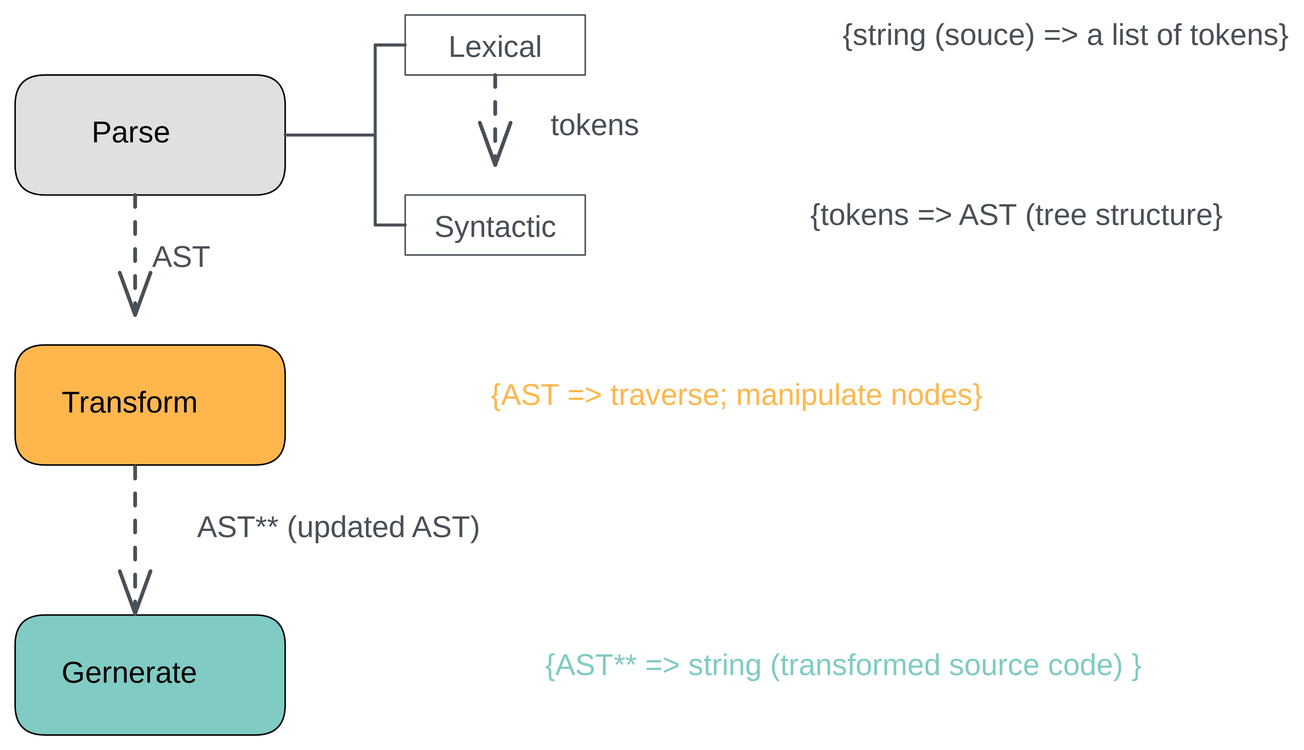
6thfdwp/learning-thoughts keeps this Excalidraw diagram as assets/babel/babel-transpile.svg. Above is the earlier version. Source tidied: one line per element, renumbered; positions are measured from the earlier drawing's top-left corner, leaving out a move shared by most shapes. Its diagram source:
```json
{"id": 0, "type": "rectangle", "strokeColor": "#000000", "backgroundColor": "#e0e0e0", "fillStyle": "solid", "strokeWidth": 1, "roughness": 0, "x": 0, "y": 40, "width": 180, "height": 80}
{"id": 1, "type": "text", "text": "Parse", "strokeColor": "#000000", "backgroundColor": "#e0e0e0", "fillStyle": "solid", "strokeWidth": 1, "roughness": 0, "fontSize": 20, "fontFamily": 3, "x": 51, "y": 65, "width": 60, "height": 24}
{"id": 2, "type": "rectangle", "strokeColor": "#000000", "backgroundColor": "#ffb74d", "fillStyle": "solid", "strokeWidth": 1, "roughness": 0, "x": 0, "y": 220, "width": 180, "height": 80}
{"id": 3, "type": "text", "text": "Transform", "strokeColor": "#000000", "backgroundColor": "#ffb74d", "fillStyle": "solid", "strokeWidth": 1, "roughness": 0, "fontSize": 20, "fontFamily": 3, "x": 31, "y": 245, "width": 107, "height": 24}
{"id": 4, "type": "rectangle", "strokeColor": "#000000", "backgroundColor": "#80cbc4", "fillStyle": "solid", "strokeWidth": 1, "roughness": 0, "x": 0, "y": 400, "width": 180, "height": 80}
{"id": 5, "type": "text", "text": "Gernerate\n", "strokeColor": "#000000", "backgroundColor": "#80cbc4", "fillStyle": "solid", "strokeWidth": 1, "roughness": 0, "fontSize": 20, "fontFamily": 3, "x": 31, "y": 425, "width": 106, "height": 48}
{"id": 6, "type": "line", "strokeColor": "#495057", "strokeWidth": 2, "roughness": 0, "x": 180, "y": 80, "width": 60, "height": 0, "points": [[0, 0], [60, 0]]}
{"id": 7, "type": "line", "strokeColor": "#495057", "backgroundColor": "#868e96", "fillStyle": "solid", "strokeWidth": 2, "roughness": 0, "x": 240, "y": 20, "width": 0, "height": 120, "points": [[0, 0], [0, 120]]}
{"id": 8, "type": "line", "strokeColor": "#495057", "strokeWidth": 2, "roughness": 0, "x": 240, "y": 20, "width": 20, "height": 0, "points": [[0, 0], [20, 0]]}
{"id": 9, "type": "line", "strokeColor": "#495057", "strokeWidth": 2, "roughness": 0, "x": 240, "y": 140, "width": 20, "height": 0, "points": [[0, 0], [20, 0]]}
{"id": 10, "type": "text", "text": "{string (souce) => a list of tokens}", "strokeColor": "#495057", "backgroundColor": "#868e96", "fillStyle": "solid", "strokeWidth": 2, "roughness": 0, "fontSize": 20, "fontFamily": 3, "textAlign": "right", "x": 426, "y": 0, "width": 423, "height": 24}
{"id": 11, "type": "rectangle", "strokeColor": "#495057", "strokeWidth": 1, "roughness": 0, "x": 260, "y": 0, "width": 120, "height": 40}
{"id": 12, "type": "text", "text": "Lexical", "strokeColor": "#495057", "strokeWidth": 1, "roughness": 0, "fontSize": 20, "fontFamily": 3, "textAlign": "center", "verticalAlign": "middle", "inside": 11, "x": 265, "y": 8, "width": 110, "height": 24}
{"id": 13, "type": "rectangle", "strokeColor": "#495057", "strokeWidth": 1, "roughness": 0, "x": 260, "y": 120, "width": 120, "height": 40}
{"id": 14, "type": "text", "text": "Syntactic", "strokeColor": "#495057", "strokeWidth": 1, "roughness": 0, "fontSize": 20, "fontFamily": 3, "textAlign": "center", "verticalAlign": "middle", "inside": 13, "x": 265, "y": 128, "width": 110, "height": 24}
{"id": 15, "type": "text", "text": "{tokens => AST (tree structure}", "strokeColor": "#495057", "backgroundColor": "#868e96", "fillStyle": "solid", "strokeWidth": 2, "roughness": 0, "fontSize": 20, "fontFamily": 3, "textAlign": "right", "x": 440, "y": 120, "width": 365, "height": 24}
{"id": 16, "type": "arrow", "strokeColor": "#495057", "strokeWidth": 2, "strokeStyle": "dashed", "roughness": 0, "endArrowhead": "arrow", "from": 11, "x": 320, "y": 40, "width": 0, "height": 60, "points": [[0, 0], [0, 60]]}
{"id": 17, "type": "arrow", "strokeColor": "#495057", "strokeWidth": 2, "strokeStyle": "dashed", "roughness": 0, "endArrowhead": "arrow", "from": 0, "x": 80, "y": 120, "width": 0, "height": 80, "points": [[0, 0], [0, 80]]}
{"id": 18, "type": "text", "text": "AST", "strokeColor": "#495057", "strokeWidth": 2, "strokeStyle": "dashed", "roughness": 0, "fontSize": 20, "fontFamily": 3, "textAlign": "right", "x": 94, "y": 148, "width": 36, "height": 24}
{"id": 19, "type": "text", "text": "{AST => traverse; manipulate nodes}", "strokeColor": "#ffb74d", "backgroundColor": "#868e96", "fillStyle": "solid", "strokeWidth": 2, "roughness": 0, "fontSize": 20, "fontFamily": 3, "textAlign": "right", "x": 234, "y": 240, "width": 411, "height": 24}
{"id": 20, "type": "text", "text": "tokens", "strokeColor": "#495057", "strokeWidth": 2, "strokeStyle": "dashed", "roughness": 0, "fontSize": 20, "fontFamily": 3, "textAlign": "right", "x": 344, "y": 60, "width": 72, "height": 24}
{"id": 21, "type": "arrow", "strokeColor": "#495057", "strokeWidth": 2, "strokeStyle": "dashed", "roughness": 0, "endArrowhead": "arrow", "from": 2, "to": 4, "x": 80, "y": 301, "width": 0, "height": 98, "points": [[0, 0], [0, 98]]}
{"id": 22, "type": "text", "text": "AST** (updated AST)", "strokeColor": "#495057", "strokeWidth": 2, "strokeStyle": "dashed", "roughness": 0, "fontSize": 20, "fontFamily": 3, "textAlign": "right", "x": 86, "y": 328, "width": 224, "height": 24}
{"id": 23, "type": "text", "text": "{AST** => string (transformed source code) }", "strokeColor": "#80cbc4", "backgroundColor": "#868e96", "fillStyle": "solid", "strokeWidth": 2, "roughness": 0, "fontSize": 20, "fontFamily": 3, "textAlign": "right", "x": 234, "y": 420, "width": 517, "height": 24}
```
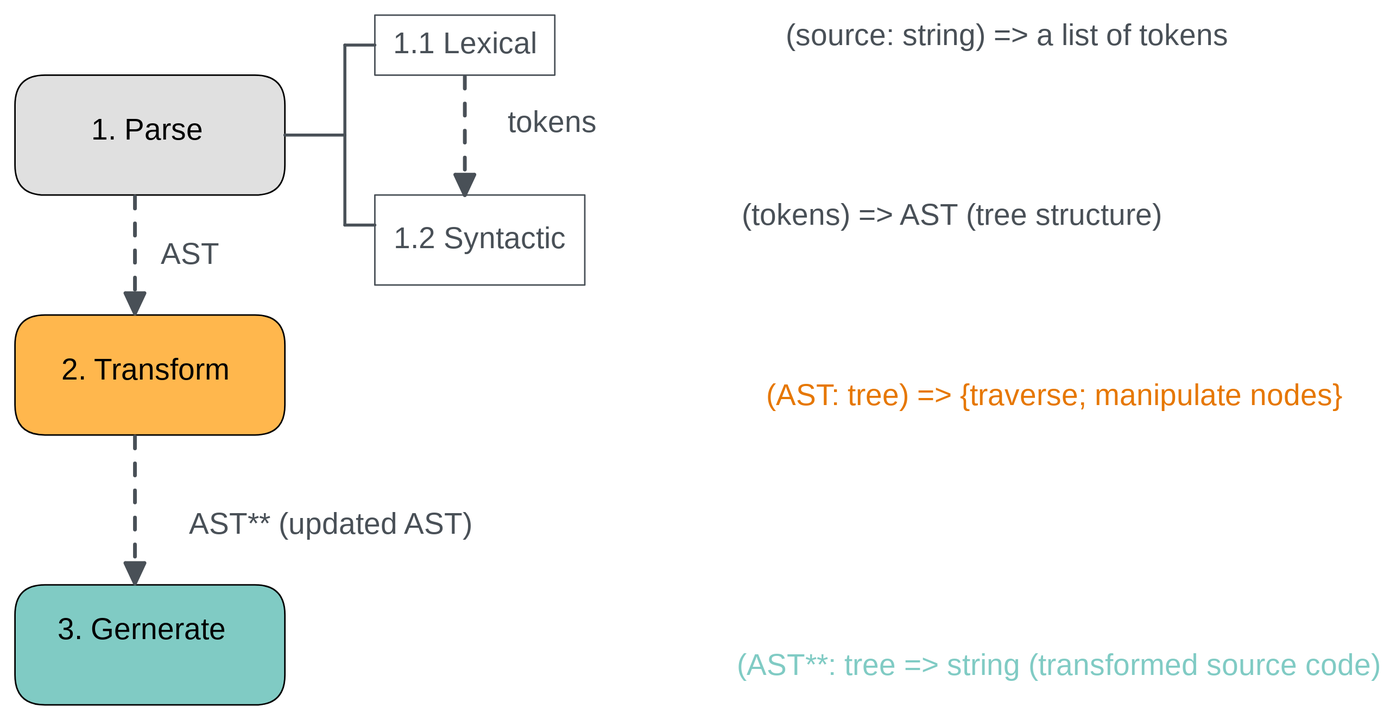
After the change.

What changed in the source:
```diff
@@ -1,24 +1,24 @@
 {"id": 0, "type": "rectangle", "strokeColor": "#000000", "backgroundColor": "#e0e0e0", "fillStyle": "solid", "strokeWidth": 1, "roughness": 0, "x": 0, "y": 40, "width": 180, "height": 80}
-{"id": 1, "type": "text", "text": "Parse", "strokeColor": "#000000", "backgroundColor": "#e0e0e0", "fillStyle": "solid", "strokeWidth": 1, "roughness": 0, "fontSize": 20, "fontFamily": 3, "x": 51, "y": 65, "width": 60, "height": 24}
+{"id": 1, "type": "text", "text": "1. Parse", "strokeColor": "#000000", "backgroundColor": "#e0e0e0", "fillStyle": "solid", "strokeWidth": 1, "roughness": 0, "fontSize": 20, "fontFamily": 1, "x": 51, "y": 65, "width": 79, "height": 25}
-{"id": 2, "type": "rectangle", "strokeColor": "#000000", "backgroundColor": "#ffb74d", "fillStyle": "solid", "strokeWidth": 1, "roughness": 0, "x": 0, "y": 220, "width": 180, "height": 80}
+{"id": 2, "type": "rectangle", "strokeColor": "#000000", "backgroundColor": "#ffb74d", "fillStyle": "solid", "strokeWidth": 1, "roughness": 0, "x": 0, "y": 200, "width": 180, "height": 80}
-{"id": 3, "type": "text", "text": "Transform", "strokeColor": "#000000", "backgroundColor": "#ffb74d", "fillStyle": "solid", "strokeWidth": 1, "roughness": 0, "fontSize": 20, "fontFamily": 3, "x": 31, "y": 245, "width": 107, "height": 24}
+{"id": 3, "type": "text", "text": "2. Transform", "strokeColor": "#000000", "backgroundColor": "#ffb74d", "fillStyle": "solid", "strokeWidth": 1, "roughness": 0, "fontSize": 20, "fontFamily": 1, "x": 31, "y": 225, "width": 131, "height": 25}
-{"id": 4, "type": "rectangle", "strokeColor": "#000000", "backgroundColor": "#80cbc4", "fillStyle": "solid", "strokeWidth": 1, "roughness": 0, "x": 0, "y": 400, "width": 180, "height": 80}
+{"id": 4, "type": "rectangle", "strokeColor": "#000000", "backgroundColor": "#80cbc4", "fillStyle": "solid", "strokeWidth": 1, "roughness": 0, "x": 0, "y": 380, "width": 180, "height": 80}
-{"id": 5, "type": "text", "text": "Gernerate\n", "strokeColor": "#000000", "backgroundColor": "#80cbc4", "fillStyle": "solid", "strokeWidth": 1, "roughness": 0, "fontSize": 20, "fontFamily": 3, "x": 31, "y": 425, "width": 106, "height": 48}
+{"id": 5, "type": "text", "text": "3. Gernerate\n", "strokeColor": "#000000", "backgroundColor": "#80cbc4", "fillStyle": "solid", "strokeWidth": 1, "roughness": 0, "fontSize": 20, "fontFamily": 1, "textAlign": "center", "x": 20, "y": 398, "width": 129, "height": 50}
-{"id": 6, "type": "line", "strokeColor": "#495057", "strokeWidth": 2, "roughness": 0, "x": 180, "y": 80, "width": 60, "height": 0, "points": [[0, 0], [60, 0]]}
+{"id": 6, "type": "line", "strokeColor": "#495057", "strokeWidth": 2, "roughness": 0, "x": 180, "y": 80, "width": 40, "height": 0, "points": [[0, 0], [40, 0]]}
-{"id": 7, "type": "line", "strokeColor": "#495057", "backgroundColor": "#868e96", "fillStyle": "solid", "strokeWidth": 2, "roughness": 0, "x": 240, "y": 20, "width": 0, "height": 120, "points": [[0, 0], [0, 120]]}
+{"id": 7, "type": "line", "strokeColor": "#495057", "backgroundColor": "#868e96", "fillStyle": "solid", "strokeWidth": 2, "roughness": 0, "x": 220, "y": 20, "width": 0, "height": 120, "points": [[0, 0], [0, 60], [0, 120]]}
+{"id": 10, "type": "text", "text": "(source: string) => a list of tokens", "strokeColor": "#495057", "backgroundColor": "#868e96", "fillStyle": "solid", "strokeWidth": 2, "roughness": 0, "fontSize": 20, "fontFamily": 3, "textAlign": "right", "x": 386, "y": 0, "width": 423, "height": 24}
+{"id": 15, "type": "text", "text": "(tokens) => AST (tree structure)", "strokeColor": "#495057", "backgroundColor": "#868e96", "fillStyle": "solid", "strokeWidth": 2, "roughness": 0, "fontSize": 20, "fontFamily": 3, "textAlign": "right", "x": 389, "y": 120, "width": 376, "height": 24}
+{"id": 17, "type": "arrow", "strokeColor": "#495057", "strokeWidth": 2, "strokeStyle": "dashed", "roughness": 0, "endArrowhead": "triangle", "from": 0, "to": 2, "x": 80, "y": 121, "width": 0, "height": 78, "points": [[0, 0], [0, 78]]}
+{"id": 18, "type": "text", "text": "AST", "strokeColor": "#495057", "strokeWidth": 2, "strokeStyle": "dashed", "roughness": 0, "fontSize": 20, "fontFamily": 1, "textAlign": "right", "x": 94, "y": 148, "width": 42, "height": 25}
+{"id": 19, "type": "text", "text": "(AST: tree) => {traverse; manipulate nodes}", "strokeColor": "#e67700", "backgroundColor": "#868e96", "fillStyle": "solid", "strokeWidth": 2, "roughness": 0, "fontSize": 20, "fontFamily": 3, "textAlign": "right", "x": 380, "y": 240, "width": 505, "height": 24}
-{"id": 8, "type": "line", "strokeColor": "#495057", "strokeWidth": 2, "roughness": 0, "x": 240, "y": 20, "width": 20, "height": 0, "points": [[0, 0], [20, 0]]}
+{"id": 8, "type": "line", "strokeColor": "#495057", "strokeWidth": 2, "roughness": 0, "x": 220, "y": 20, "width": 20, "height": 0, "points": [[0, 0], [20, 0]]}
-{"id": 9, "type": "line", "strokeColor": "#495057", "strokeWidth": 2, "roughness": 0, "x": 240, "y": 140, "width": 20, "height": 0, "points": [[0, 0], [20, 0]]}
+{"id": 9, "type": "line", "strokeColor": "#495057", "strokeWidth": 2, "roughness": 0, "x": 220, "y": 140, "width": 20, "height": 0, "points": [[0, 0], [20, 0]]}
-{"id": 10, "type": "text", "text": "{string (souce) => a list of tokens}", "strokeColor": "#495057", "backgroundColor": "#868e96", "fillStyle": "solid", "strokeWidth": 2, "roughness": 0, "fontSize": 20, "fontFamily": 3, "textAlign": "right", "x": 426, "y": 0, "width": 423, "height": 24}
-{"id": 11, "type": "rectangle", "strokeColor": "#495057", "strokeWidth": 1, "roughness": 0, "x": 260, "y": 0, "width": 120, "height": 40}
+{"id": 11, "type": "rectangle", "strokeColor": "#495057", "strokeWidth": 1, "roughness": 0, "x": 240, "y": 0, "width": 120, "height": 40}
-{"id": 12, "type": "text", "text": "Lexical", "strokeColor": "#495057", "strokeWidth": 1, "roughness": 0, "fontSize": 20, "fontFamily": 3, "textAlign": "center", "verticalAlign": "middle", "inside": 11, "x": 265, "y": 8, "width": 110, "height": 24}
+{"id": 12, "type": "text", "text": "1.1 Lexical", "strokeColor": "#495057", "strokeWidth": 1, "roughness": 0, "fontSize": 20, "fontFamily": 1, "textAlign": "center", "verticalAlign": "middle", "inside": 11, "x": 245, "y": 8, "width": 110, "height": 25}
-{"id": 13, "type": "rectangle", "strokeColor": "#495057", "strokeWidth": 1, "roughness": 0, "x": 260, "y": 120, "width": 120, "height": 40}
+{"id": 13, "type": "rectangle", "strokeColor": "#495057", "strokeWidth": 1, "roughness": 0, "x": 240, "y": 120, "width": 140, "height": 60}
-{"id": 14, "type": "text", "text": "Syntactic", "strokeColor": "#495057", "strokeWidth": 1, "roughness": 0, "fontSize": 20, "fontFamily": 3, "textAlign": "center", "verticalAlign": "middle", "inside": 13, "x": 265, "y": 128, "width": 110, "height": 24}
+{"id": 14, "type": "text", "text": "1.2 Syntactic", "strokeColor": "#495057", "strokeWidth": 1, "roughness": 0, "fontSize": 20, "fontFamily": 1, "textAlign": "center", "verticalAlign": "middle", "inside": 13, "x": 245, "y": 138, "width": 130, "height": 25}
-{"id": 15, "type": "text", "text": "{tokens => AST (tree structure}", "strokeColor": "#495057", "backgroundColor": "#868e96", "fillStyle": "solid", "strokeWidth": 2, "roughness": 0, "fontSize": 20, "fontFamily": 3, "textAlign": "right", "x": 440, "y": 120, "width": 365, "height": 24}
-{"id": 16, "type": "arrow", "strokeColor": "#495057", "strokeWidth": 2, "strokeStyle": "dashed", "roughness": 0, "endArrowhead": "arrow", "from": 11, "x": 320, "y": 40, "width": 0, "height": 60, "points": [[0, 0], [0, 60]]}
+{"id": 16, "type": "arrow", "strokeColor": "#495057", "strokeWidth": 2, "strokeStyle": "dashed", "roughness": 0, "endArrowhead": "triangle", "from": 11, "to": 13, "x": 300, "y": 41, "width": 0, "height": 79, "points": [[0, 0], [0, 39], [0, 79]]}
-{"id": 17, "type": "arrow", "strokeColor": "#495057", "strokeWidth": 2, "strokeStyle": "dashed", "roughness": 0, "endArrowhead": "arrow", "from": 0, "x": 80, "y": 120, "width": 0, "height": 80, "points": [[0, 0], [0, 80]]}
-{"id": 18, "type": "text", "text": "AST", "strokeColor": "#495057", "strokeWidth": 2, "strokeStyle": "dashed", "roughness": 0, "fontSize": 20, "fontFamily": 3, "textAlign": "right", "x": 94, "y": 148, "width": 36, "height": 24}
-{"id": 19, "type": "text", "text": "{AST => traverse; manipulate nodes}", "strokeColor": "#ffb74d", "backgroundColor": "#868e96", "fillStyle": "solid", "strokeWidth": 2, "roughness": 0, "fontSize": 20, "fontFamily": 3, "textAlign": "right", "x": 234, "y": 240, "width": 411, "height": 24}
-{"id": 20, "type": "text", "text": "tokens", "strokeColor": "#495057", "strokeWidth": 2, "strokeStyle": "dashed", "roughness": 0, "fontSize": 20, "fontFamily": 3, "textAlign": "right", "x": 344, "y": 60, "width": 72, "height": 24}
+{"id": 20, "type": "text", "text": "tokens", "strokeColor": "#495057", "strokeWidth": 2, "strokeStyle": "dashed", "roughness": 0, "fontSize": 20, "fontFamily": 1, "textAlign": "right", "x": 324, "y": 60, "width": 64, "height": 25}
-{"id": 21, "type": "arrow", "strokeColor": "#495057", "strokeWidth": 2, "strokeStyle": "dashed", "roughness": 0, "endArrowhead": "arrow", "from": 2, "to": 4, "x": 80, "y": 301, "width": 0, "height": 98, "points": [[0, 0], [0, 98]]}
+{"id": 21, "type": "arrow", "strokeColor": "#495057", "strokeWidth": 2, "strokeStyle": "dashed", "roughness": 0, "endArrowhead": "triangle", "from": 2, "to": 4, "x": 80, "y": 281, "width": 0, "height": 98, "points": [[0, 0], [0, 98]]}
-{"id": 22, "type": "text", "text": "AST** (updated AST)", "strokeColor": "#495057", "strokeWidth": 2, "strokeStyle": "dashed", "roughness": 0, "fontSize": 20, "fontFamily": 3, "textAlign": "right", "x": 86, "y": 328, "width": 224, "height": 24}
+{"id": 22, "type": "text", "text": "AST** (updated AST)", "strokeColor": "#495057", "strokeWidth": 2, "strokeStyle": "dashed", "roughness": 0, "fontSize": 20, "fontFamily": 1, "textAlign": "right", "x": 86, "y": 328, "width": 219, "height": 25}
-{"id": 23, "type": "text", "text": "{AST** => string (transformed source code) }", "strokeColor": "#80cbc4", "backgroundColor": "#868e96", "fillStyle": "solid", "strokeWidth": 2, "roughness": 0, "fontSize": 20, "fontFamily": 3, "textAlign": "right", "x": 234, "y": 420, "width": 517, "height": 24}
+{"id": 23, "type": "text", "text": "(AST**: tree => string (transformed source code)", "strokeColor": "#80cbc4", "backgroundColor": "#868e96", "fillStyle": "solid", "strokeWidth": 2, "roughness": 0, "fontSize": 20, "fontFamily": 3, "textAlign": "right", "x": 347, "y": 420, "width": 564, "height": 24}
```
